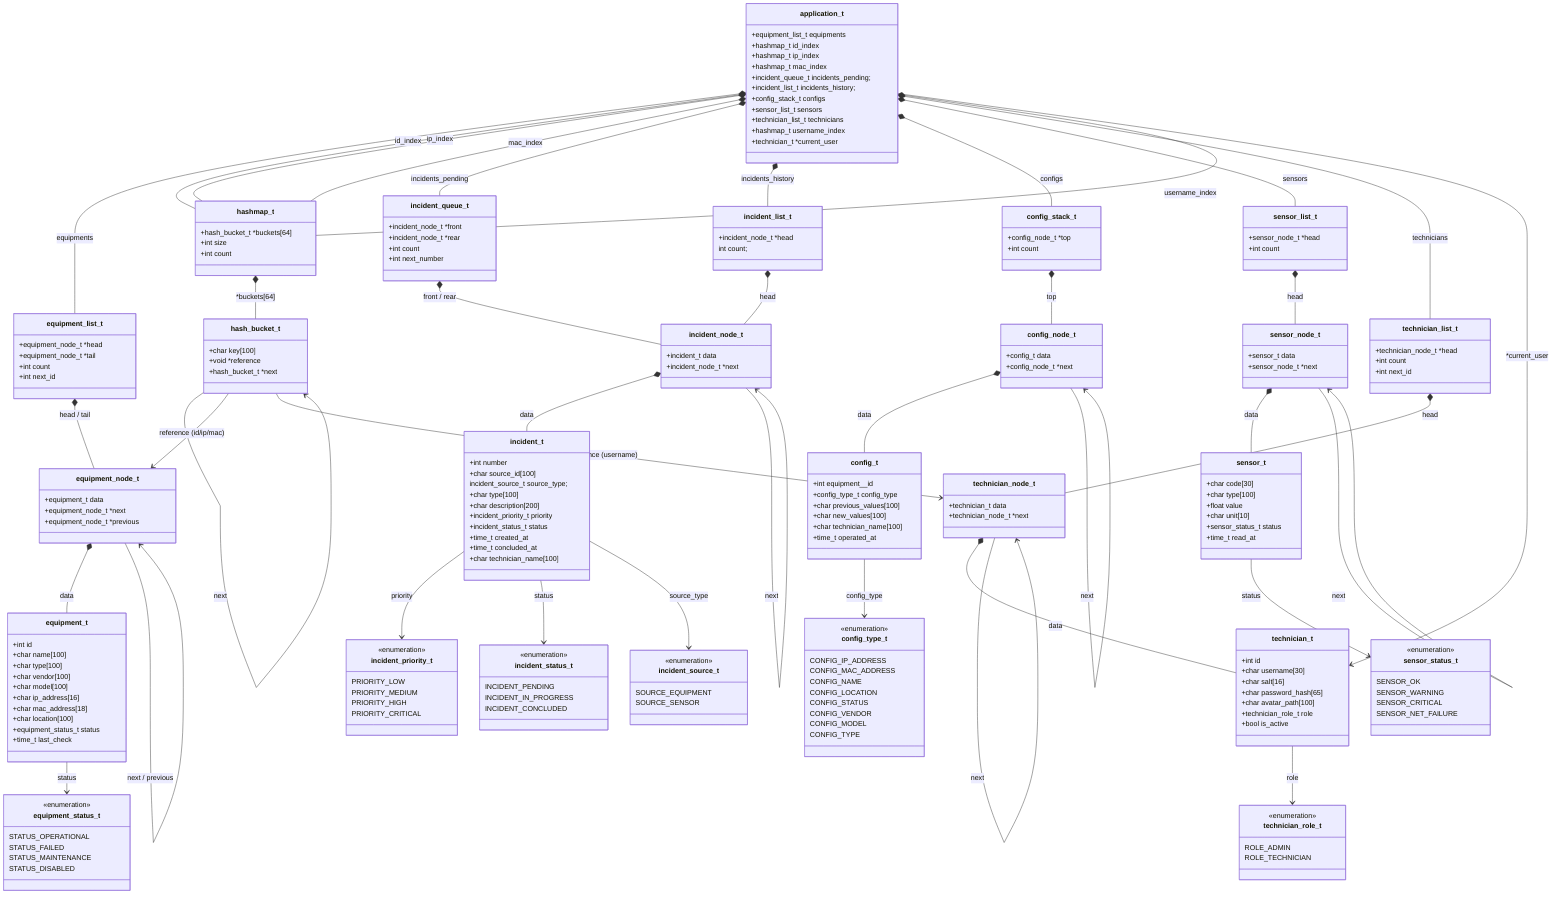
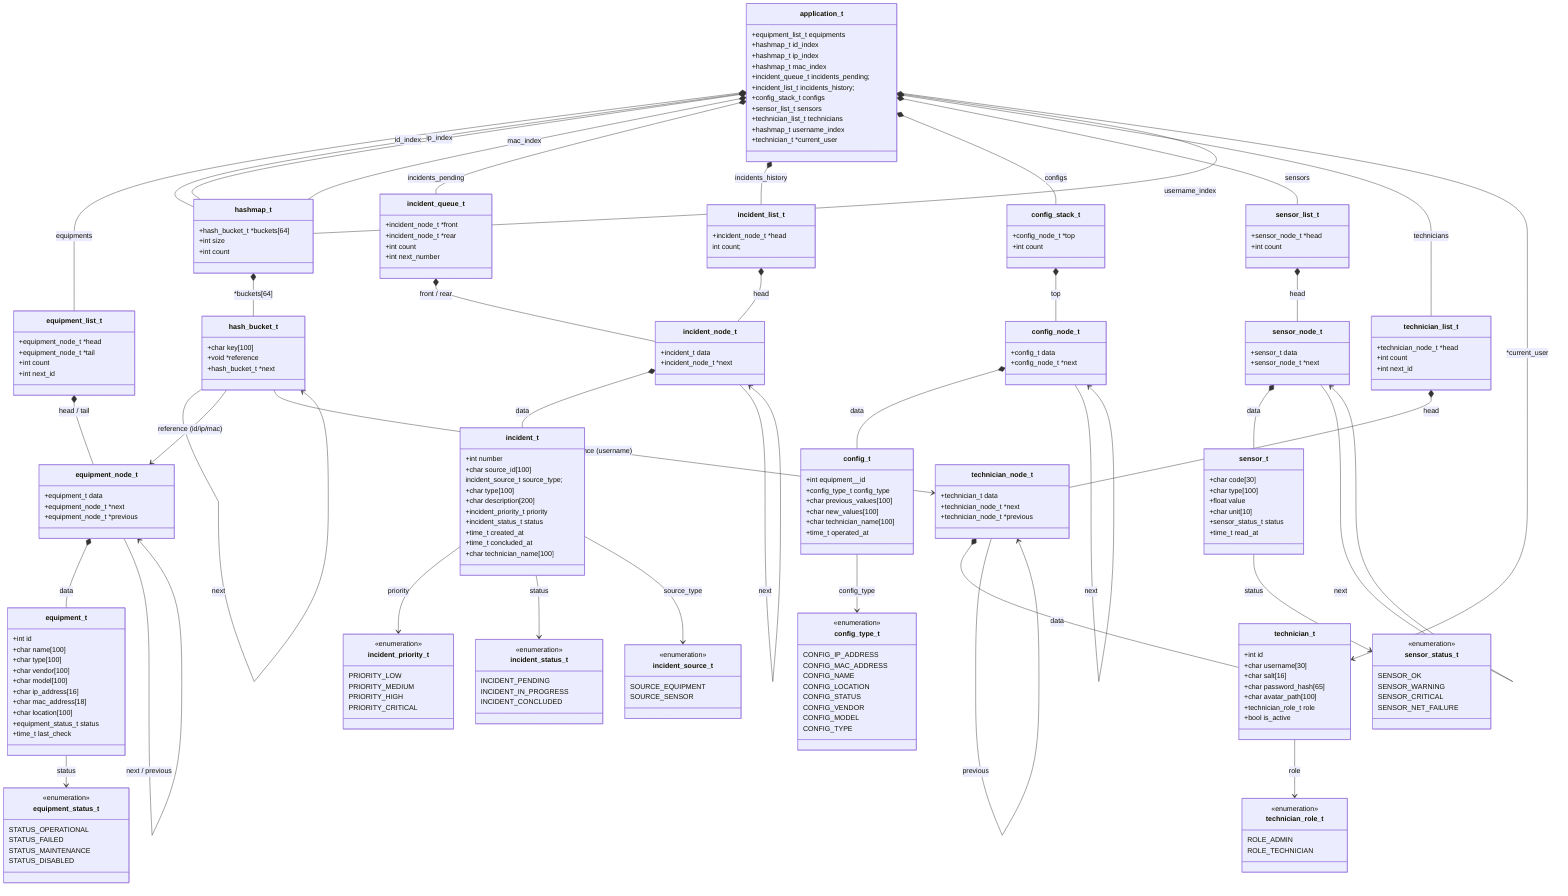
classDiagram

class application_t {
  +equipment_list_t       equipments
  +hashmap_t              id_index
  +hashmap_t              ip_index
  +hashmap_t              mac_index
  +incident_queue_t       incidents_pending;
  +incident_list_t        incidents_history;
  +config_stack_t         configs
  +sensor_list_t          sensors
  +technician_list_t      technicians
  +hashmap_t              username_index
  +technician_t           *current_user
}


class equipment_t {
  +int                     id
  +char                    name[100]
  +char                    type[100]
  +char                    vendor[100]
  +char                    model[100]
  +char                    ip_address[16]
  +char                    mac_address[18]
  +char                    location[100]
  +equipment_status_t      status
  +time_t                  last_check
}

class equipment_node_t {
  +equipment_t           data
  +equipment_node_t      *next
  +equipment_node_t      *previous
}

class equipment_list_t {
  +equipment_node_t      *head
  +equipment_node_t      *tail
  +int                   count
  +int                   next_id
}



class incident_t {
  +int                      number
  +char                     source_id[100]
  incident_source_t         source_type;
  +char                     type[100]
  +char                     description[200]
  +incident_priority_t      priority
  +incident_status_t        status
  +time_t                   created_at
  +time_t                   concluded_at
  +char                     technician_name[100]
}

class incident_node_t {
  +incident_t           data
  +incident_node_t      *next
}

class incident_queue_t {
  +incident_node_t      *front
  +incident_node_t      *rear
  +int                  count
  +int                  next_number
}

class incident_list_t {
  +incident_node_t      *head
  int                   count;
}



class config_t {
  +int                equipment__id
  +config_type_t      config_type
  +char               previous_values[100]
  +char               new_values[100]
  +char               technician_name[100]
  +time_t             operated_at
}

class config_node_t {
  +config_t           data
  +config_node_t      *next
}

class config_stack_t {
  +config_node_t      *top
  +int                count
}



class sensor_t {
  +char                 code[30]
  +char                 type[100]
  +float                value
  +char                 unit[10]
  +sensor_status_t      status
  +time_t               read_at
}

class sensor_node_t {
  +sensor_t           data
  +sensor_node_t      *next
}

class sensor_list_t {
  +sensor_node_t      *head
  +int                count
}



class technician_t {
  +int                    id
  +char                   username[30]
  +char                   salt[16]
  +char                   password_hash[65]
  +char                   avatar_path[100]
  +technician_role_t      role
  +bool                   is_active
}

class technician_node_t {
  +technician_t           data
  +technician_node_t      *next
+   +technician_node_t      *previous
}

class technician_list_t {
  +technician_node_t      *head
  +int                    count
  +int                    next_id
}



class hashmap_t {
  +hash_bucket_t      *buckets[64]
  +int                size
  +int                count
}

class hash_bucket_t {
  +char               key[100]
  +void               *reference
  +hash_bucket_t      *next
}



class equipment_status_t {
  <<enumeration>>
  STATUS_OPERATIONAL
  STATUS_FAILED
  STATUS_MAINTENANCE
  STATUS_DISABLED
}

class incident_priority_t {
  <<enumeration>>
  PRIORITY_LOW
  PRIORITY_MEDIUM
  PRIORITY_HIGH
  PRIORITY_CRITICAL
}

class incident_status_t {
  <<enumeration>>
  INCIDENT_PENDING
  INCIDENT_IN_PROGRESS
  INCIDENT_CONCLUDED
}

class incident_source_t {
  <<enumeration>>
  SOURCE_EQUIPMENT
  SOURCE_SENSOR
}

class config_type_t {
  <<enumeration>>
  CONFIG_IP_ADDRESS
  CONFIG_MAC_ADDRESS
  CONFIG_NAME
  CONFIG_LOCATION
  CONFIG_STATUS
  CONFIG_VENDOR
  CONFIG_MODEL
  CONFIG_TYPE
}

class sensor_status_t {
  <<enumeration>>
  SENSOR_OK
  SENSOR_WARNING
  SENSOR_CRITICAL
  SENSOR_NET_FAILURE
}

class technician_role_t {
  <<enumeration>>
  ROLE_ADMIN
  ROLE_TECHNICIAN
}



application_t *-- equipment_list_t      : equipments
application_t *-- hashmap_t             : id_index
application_t *-- hashmap_t             : ip_index
application_t *-- hashmap_t             : mac_index
application_t *-- incident_queue_t      : incidents_pending
application_t *-- incident_list_t       : incidents_history
application_t *-- config_stack_t        : configs
application_t *-- sensor_list_t         : sensors
application_t *-- technician_list_t     : technicians
application_t *-- hashmap_t             : username_index
application_t --> technician_t          : *current_user



equipment_t --> equipment_status_t         : status
equipment_node_t *-- equipment_t           : data
equipment_node_t --> equipment_node_t      : next / previous
equipment_list_t *-- equipment_node_t      : head / tail



incident_t --> incident_priority_t       : priority
incident_t --> incident_status_t         : status
incident_t --> incident_source_t         : source_type
incident_node_t *-- incident_t           : data
incident_node_t --> incident_node_t      : next
incident_queue_t *-- incident_node_t     : front / rear
incident_list_t *-- incident_node_t      : head


config_t --> config_type_t           : config_type
config_node_t *-- config_t           : data
config_node_t --> config_node_t      : next
config_stack_t *-- config_node_t     : top



sensor_t --> sensor_status_t         : status
sensor_node_t *-- sensor_t           : data
sensor_node_t --> sensor_node_t      : next
sensor_list_t *-- sensor_node_t      : head



technician_t --> technician_role_t           : role
technician_node_t *-- technician_t           : data
technician_node_t --> technician_node_t      : next
+ technician_node_t --> technician_node_t      : previous
technician_list_t *-- technician_node_t      : head



hashmap_t *-- hash_bucket_t             : *buckets[64]
hash_bucket_t --> hash_bucket_t         : next
hash_bucket_t --> equipment_node_t      : reference (id/ip/mac)
hash_bucket_t --> technician_node_t     : reference (username)
